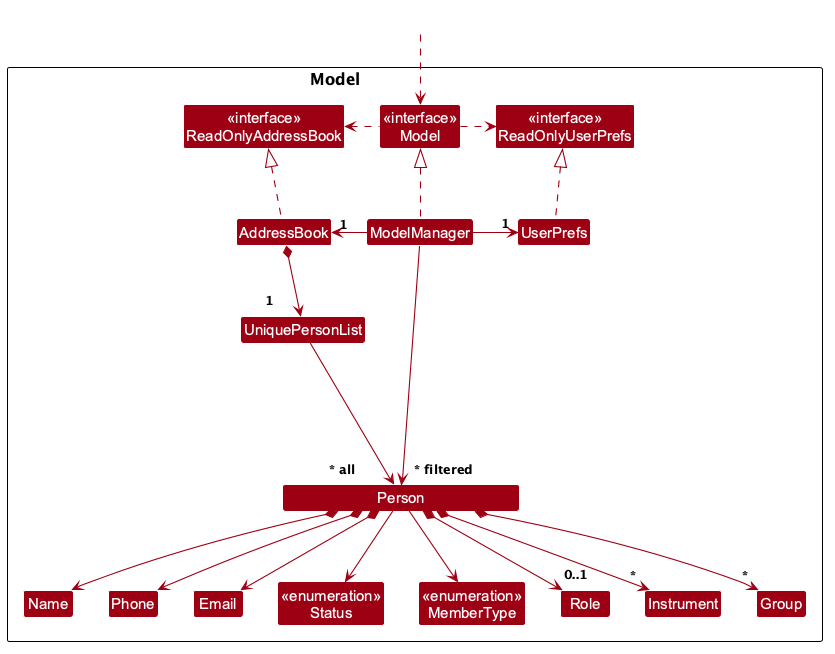
Earlier version of the PlantUML export docs/images/ModelClassDiagram.png (liownahum/tp). The source it was exported from:
```plantuml
@startuml
!include style.puml
skinparam arrowThickness 1.1
skinparam arrowColor MODEL_COLOR
skinparam classBackgroundColor MODEL_COLOR
skinparam nodesep 35
skinparam ranksep 70

Package "Model<U+00A0><U+00A0><U+00A0><U+00A0><U+00A0><U+00A0><U+00A0><U+00A0><U+00A0><U+00A0><U+00A0><U+00A0><U+00A0><U+00A0><U+00A0><U+00A0><U+00A0><U+00A0><U+00A0><U+00A0><U+00A0><U+00A0><U+00A0><U+00A0><U+00A0><U+00A0><U+00A0><U+00A0><U+00A0><U+00A0>" as ModelPackage {
Class "<<interface>>\nReadOnlyAddressBook" as ReadOnlyAddressBook
Class "<<interface>>\nReadOnlyUserPrefs" as ReadOnlyUserPrefs
Class "<<interface>>\nModel" as Model
Class AddressBook
Class ModelManager
Class UserPrefs

Class UniquePersonList
Class "                      Person                      " as Person
Class Email
Class Name
Class Phone
Class "<<enumeration>>\nStatus" as Status
Class "<<enumeration>>\nMemberType" as MemberType
Class Role
Class Instrument
Class Group

Class I #FFFFFF
}

Class HiddenOutside #FFFFFF
HiddenOutside ..> Model

AddressBook .up.|> ReadOnlyAddressBook

ModelManager .up.|> Model
Model .right.> ReadOnlyUserPrefs
Model .left.> ReadOnlyAddressBook
ModelManager -left-> "1" AddressBook
ModelManager -right-> "1" UserPrefs
UserPrefs .up.|> ReadOnlyUserPrefs

AddressBook *--> "1<U+00A0><U+00A0><U+00A0><U+00A0><U+00A0>" UniquePersonList
UniquePersonList --> "~* all<U+00A0><U+00A0><U+00A0><U+00A0><U+00A0><U+00A0>" Person
Person *--> Name
Person *--> Phone
Person *--> Email
Person --> Status
Person --> MemberType
Person *--> "0..1<U+00A0><U+00A0><U+00A0><U+00A0><U+00A0><U+00A0><U+00A0><U+00A0>" Role
Person *--> "*" Instrument
Person *--> "*" Group

Person -[hidden]up--> I
UniquePersonList -[hidden]right-> I

Name -[hidden]right-> Phone
Phone -[hidden]right-> Email
Email -[hidden]right-> Status
Status -[hidden]right-> MemberType
MemberType -[hidden]right-> Role
Role -[hidden]right-> Instrument
Instrument -[hidden]right-> Group

ModelManager --> "~* filtered" Person
@enduml
```
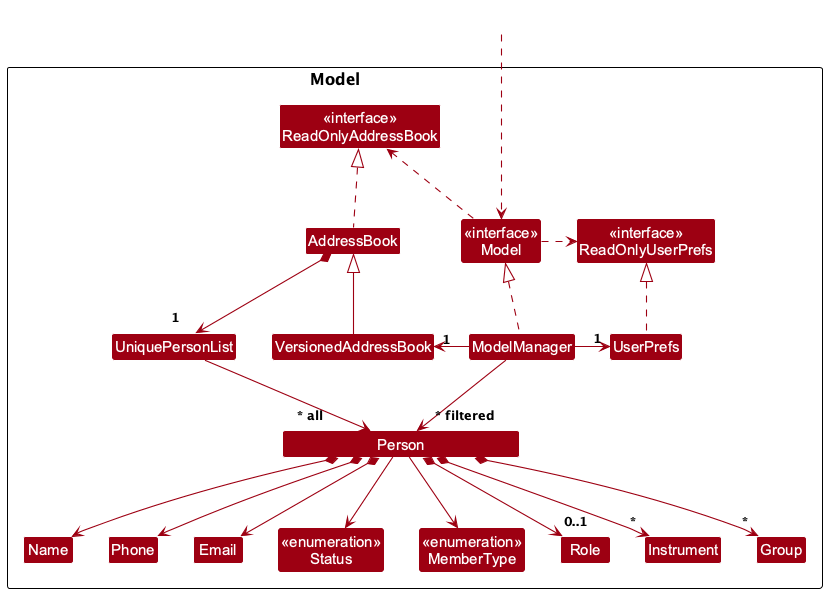
Later version of the same file.

Commit message:
DG: Show VersionedAddressBook and commit descriptions

What changed in the source:
```diff
@@ -11,6 +11,7 @@
 Class "<<interface>>\nReadOnlyUserPrefs" as ReadOnlyUserPrefs
 Class "<<interface>>\nModel" as Model
 Class AddressBook
+Class VersionedAddressBook
 Class ModelManager
 Class UserPrefs
 
@@ -25,18 +26,18 @@
 Class Instrument
 Class Group
 
-Class I #FFFFFF
 }
 
 Class HiddenOutside #FFFFFF
-HiddenOutside ..> Model
+HiddenOutside ...> Model
 
 AddressBook .up.|> ReadOnlyAddressBook
 
 ModelManager .up.|> Model
 Model .right.> ReadOnlyUserPrefs
 Model .left.> ReadOnlyAddressBook
-ModelManager -left-> "1" AddressBook
+ModelManager -left-> "1" VersionedAddressBook
+VersionedAddressBook -up-|> AddressBook
 ModelManager -right-> "1" UserPrefs
 UserPrefs .up.|> ReadOnlyUserPrefs
 
@@ -51,8 +52,7 @@
 Person *--> "*" Instrument
 Person *--> "*" Group
 
-Person -[hidden]up--> I
-UniquePersonList -[hidden]right-> I
+UniquePersonList -[hidden]right-> VersionedAddressBook
 
 Name -[hidden]right-> Phone
 Phone -[hidden]right-> Email
```
